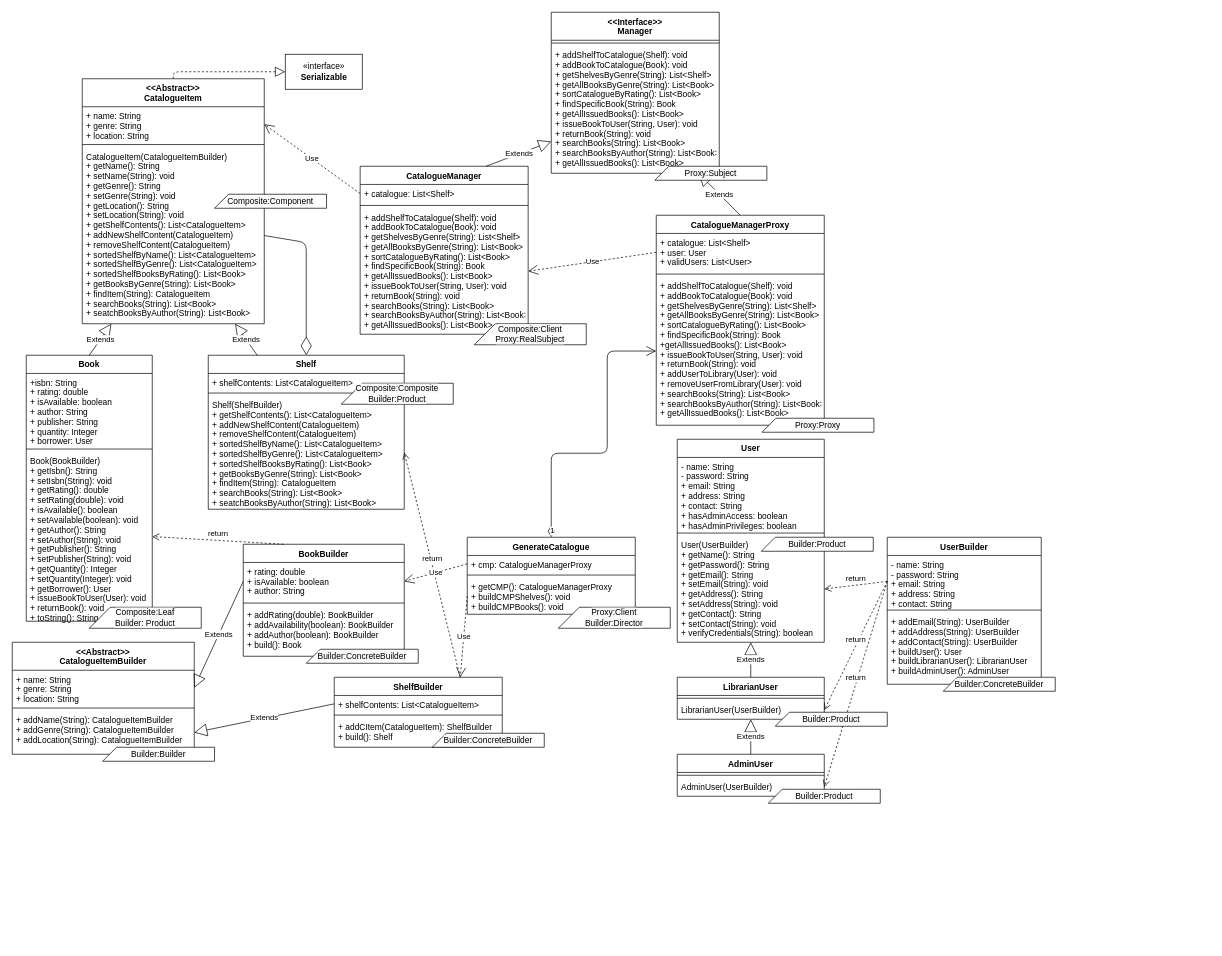
Above: page "Back-End Full" (1 of 5) of COEN359_Project.drawio in arishhaque/library-management (draw.io), before the change. Source tidied: cells renumbered, new cells numbered last; positions are measured from the earlier drawing's top-left corner, leaving out a move shared by most shapes. Both pictures are drawn from the tidied source at 70%, with x=0, y=0 at pixel (12, 12).
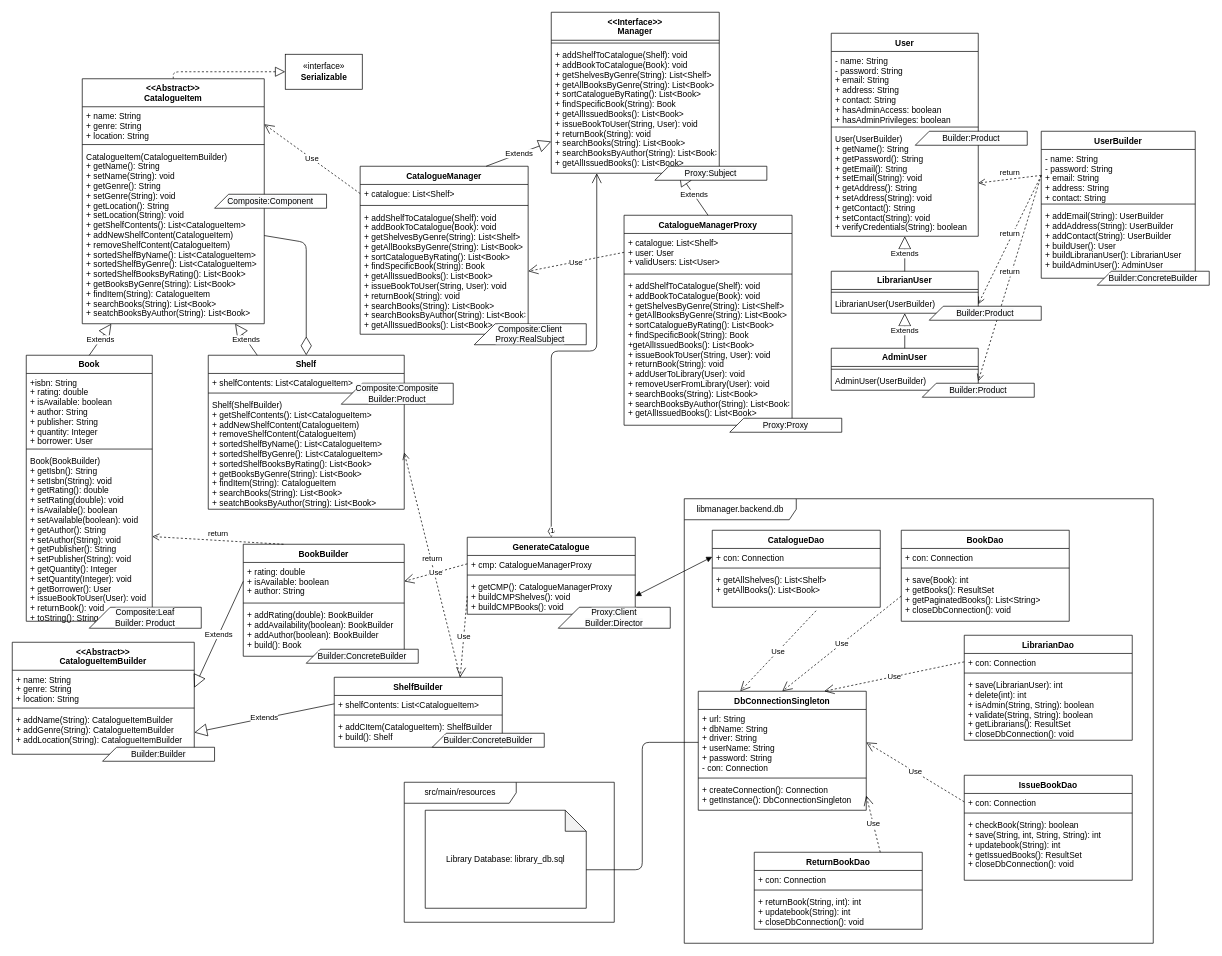
The same page after the edit.

The change refers to these unchanged cells:
```xml
<mxCell id="41" value="+ addShelfToCatalogue(Shelf): void&#10;+ addBookToCatalogue(Book): void&#10;+ getShelvesByGenre(String): List&lt;Shelf&gt;&#10;+ getAllBooksByGenre(String): List&lt;Book&gt;&#10;+ sortCatalogueByRating(): List&lt;Book&gt;&#10;+ findSpecificBook(String): Book&#10;+ getAllIssuedBooks(): List&lt;Book&gt;&#10;+ issueBookToUser(String, User): void&#10;+ returnBook(String): void&#10;+ searchBooks(String): List&lt;Book&gt;&#10;+ searchBooksByAuthor(String): List&lt;Book&gt;&#10;+ getAllIssuedBooks(): List&lt;Book&gt;" style="text;strokeColor=none;fillColor=none;align=left;verticalAlign=top;spacingLeft=4;spacingRight=4;overflow=hidden;points=[[0,0.5],[1,0.5]];portConstraint=eastwest;" parent="39" vertex="1">
  <mxGeometry y="48" width="240" height="182" as="geometry" />
</mxCell>
<mxCell id="49" value="+ addShelfToCatalogue(Shelf): void&#10;+ addBookToCatalogue(Book): void&#10;+ getShelvesByGenre(String): List&lt;Shelf&gt;&#10;+ getAllBooksByGenre(String): List&lt;Book&gt;&#10;+ sortCatalogueByRating(): List&lt;Book&gt;&#10;+ findSpecificBook(String): Book&#10;+getAllIssuedBooks(): List&lt;Book&gt;&#10;+ issueBookToUser(String, User): void&#10;+ returnBook(String): void&#10;+ addUserToLibrary(User): void&#10;+ removeUserFromLibrary(User): void&#10;+ searchBooks(String): List&lt;Book&gt;&#10;+ searchBooksByAuthor(String): List&lt;Book&gt;&#10;+ getAllIssuedBooks(): List&lt;Book&gt;" style="text;strokeColor=none;fillColor=none;align=left;verticalAlign=top;spacingLeft=4;spacingRight=4;overflow=hidden;points=[[0,0.5],[1,0.5]];portConstraint=eastwest;" parent="46" vertex="1">
  <mxGeometry y="88" width="240" height="212" as="geometry" />
</mxCell>
<mxCell id="82" value="GenerateCatalogue" style="swimlane;fontStyle=1;align=center;verticalAlign=top;horizontal=1;startSize=26;" parent="1" vertex="1">
  <mxGeometry x="650" y="750" width="240" height="110" as="geometry" />
</mxCell>
<mxCell id="85" value="+ getCMP(): CatalogueManagerProxy&#10;+ buildCMPShelves(): void&#10;+ buildCMPBooks(): void" style="text;strokeColor=none;fillColor=none;align=left;verticalAlign=top;spacingLeft=4;spacingRight=4;overflow=hidden;points=[[0,0.5],[1,0.5]];portConstraint=eastwest;" parent="82" vertex="1">
  <mxGeometry y="58" width="240" height="52" as="geometry" />
</mxCell>
```

What changed in the source:
```diff
@@
+    <mxCell id="90" value="src/main/resources" style="shape=umlFrame;whiteSpace=wrap;html=1;width=160;height=30;" parent="1" vertex="1">
+      <mxGeometry x="560" y="1100" width="300" height="200" as="geometry" />
+    </mxCell>
@@
     <mxCell id="46" value="CatalogueManagerProxy" style="swimlane;fontStyle=1;align=center;verticalAlign=top;horizontal=1;startSize=26;" parent="1" vertex="1">
-      <mxGeometry x="920" y="290" width="240" height="300" as="geometry" />
+      <mxGeometry x="874" y="290" width="240" height="300" as="geometry" />
     </mxCell>
@@
     <mxCell id="54" value="&lt;span style=&quot;color: rgb(0 , 0 , 0) ; font-family: &amp;#34;helvetica&amp;#34; ; font-size: 12px ; font-style: normal ; font-weight: 400 ; letter-spacing: normal ; text-align: center ; text-indent: 0px ; text-transform: none ; word-spacing: 0px ; background-color: rgb(248 , 249 , 250) ; display: inline ; float: none&quot;&gt;Proxy:Proxy&lt;/span&gt;" style="shape=card;whiteSpace=wrap;html=1;" parent="1" vertex="1">
-      <mxGeometry x="1071" y="580" width="160" height="20" as="geometry" />
+      <mxGeometry x="1025" y="580" width="160" height="20" as="geometry" />
     </mxCell>
@@
     <mxCell id="59" value="User" style="swimlane;fontStyle=1;align=center;verticalAlign=top;horizontal=1;startSize=26;" parent="1" vertex="1">
-      <mxGeometry x="950" y="610" width="210" height="290" as="geometry" />
+      <mxGeometry x="1170" y="30" width="210" height="290" as="geometry" />
     </mxCell>
@@
     <mxCell id="63" value="LibrarianUser" style="swimlane;fontStyle=1;align=center;verticalAlign=top;horizontal=1;startSize=26;" parent="1" vertex="1">
-      <mxGeometry x="950" y="950" width="210" height="60" as="geometry" />
+      <mxGeometry x="1170" y="370" width="210" height="60" as="geometry" />
     </mxCell>
@@
     <mxCell id="66" value="AdminUser" style="swimlane;fontStyle=1;align=center;verticalAlign=top;horizontal=1;startSize=26;" parent="1" vertex="1">
-      <mxGeometry x="950" y="1060" width="210" height="60" as="geometry" />
+      <mxGeometry x="1170" y="480" width="210" height="60" as="geometry" />
     </mxCell>
@@
     <mxCell id="71" value="UserBuilder" style="swimlane;fontStyle=1;align=center;verticalAlign=top;horizontal=1;startSize=26;" parent="1" vertex="1">
-      <mxGeometry x="1250" y="750" width="220" height="210" as="geometry" />
+      <mxGeometry x="1470" y="170" width="220" height="210" as="geometry" />
     </mxCell>
@@
     <mxCell id="76" value="&lt;span style=&quot;color: rgb(0 , 0 , 0) ; font-family: &amp;#34;helvetica&amp;#34; ; font-size: 12px ; font-style: normal ; font-weight: 400 ; letter-spacing: normal ; text-align: center ; text-indent: 0px ; text-transform: none ; word-spacing: 0px ; background-color: rgb(248 , 249 , 250) ; display: inline ; float: none&quot;&gt;Builder:Product&lt;/span&gt;" style="shape=card;whiteSpace=wrap;html=1;" parent="1" vertex="1">
-      <mxGeometry x="1070" y="750" width="160" height="20" as="geometry" />
+      <mxGeometry x="1290" y="170" width="160" height="20" as="geometry" />
     </mxCell>
     <mxCell id="77" value="&lt;span style=&quot;color: rgb(0 , 0 , 0) ; font-family: &amp;#34;helvetica&amp;#34; ; font-size: 12px ; font-style: normal ; font-weight: 400 ; letter-spacing: normal ; text-align: center ; text-indent: 0px ; text-transform: none ; word-spacing: 0px ; background-color: rgb(248 , 249 , 250) ; display: inline ; float: none&quot;&gt;Builder:ConcreteBuilder&lt;/span&gt;" style="shape=card;whiteSpace=wrap;html=1;" parent="1" vertex="1">
-      <mxGeometry x="1330" y="950" width="160" height="20" as="geometry" />
+      <mxGeometry x="1550" y="370" width="160" height="20" as="geometry" />
     </mxCell>
     <mxCell id="78" value="&lt;span style=&quot;color: rgb(0 , 0 , 0) ; font-family: &amp;#34;helvetica&amp;#34; ; font-size: 12px ; font-style: normal ; font-weight: 400 ; letter-spacing: normal ; text-align: center ; text-indent: 0px ; text-transform: none ; word-spacing: 0px ; background-color: rgb(248 , 249 , 250) ; display: inline ; float: none&quot;&gt;Builder:Product&lt;/span&gt;" style="shape=card;whiteSpace=wrap;html=1;" parent="1" vertex="1">
-      <mxGeometry x="1080" y="1110" width="160" height="20" as="geometry" />
+      <mxGeometry x="1300" y="530" width="160" height="20" as="geometry" />
     </mxCell>
@@
     <mxCell id="81" value="&lt;span style=&quot;color: rgb(0 , 0 , 0) ; font-family: &amp;#34;helvetica&amp;#34; ; font-size: 12px ; font-style: normal ; font-weight: 400 ; letter-spacing: normal ; text-align: center ; text-indent: 0px ; text-transform: none ; word-spacing: 0px ; background-color: rgb(248 , 249 , 250) ; display: inline ; float: none&quot;&gt;Builder:Product&lt;/span&gt;" style="shape=card;whiteSpace=wrap;html=1;" parent="1" vertex="1">
-      <mxGeometry x="1090" y="1000" width="160" height="20" as="geometry" />
+      <mxGeometry x="1310" y="420" width="160" height="20" as="geometry" />
     </mxCell>
@@
-    <mxCell id="88" value="1" style="endArrow=open;html=1;endSize=12;startArrow=diamondThin;startSize=14;startFill=0;edgeStyle=orthogonalEdgeStyle;align=left;verticalAlign=bottom;exitX=0.5;exitY=0;exitDx=0;exitDy=0;entryX=0;entryY=0.5;entryDx=0;entryDy=0;" parent="1" edge="1" source="82" target="49">
+    <mxCell id="88" value="1" style="endArrow=open;html=1;endSize=12;startArrow=diamondThin;startSize=14;startFill=0;edgeStyle=orthogonalEdgeStyle;align=left;verticalAlign=bottom;exitX=0.5;exitY=0;exitDx=0;exitDy=0;" parent="1" edge="1" source="82" target="41">
       <mxGeometry x="-1" y="3" relative="1" as="geometry">
         <Array as="points">
-          <mxPoint x="770" y="630" />
-          <mxPoint x="850" y="630" />
-          <mxPoint x="850" y="484" />
+          <mxPoint x="770" y="484" />
+          <mxPoint x="835" y="484" />
         </Array>
       </mxGeometry>
     </mxCell>
@@
+    <mxCell id="91" value="CatalogueDao" style="swimlane;fontStyle=1;align=center;verticalAlign=top;horizontal=1;startSize=26;" parent="1" vertex="1">
+      <mxGeometry x="1000" y="740" width="240" height="110" as="geometry" />
+    </mxCell>
+    <mxCell id="92" value="+ con: Connection" style="text;strokeColor=none;fillColor=none;align=left;verticalAlign=top;spacingLeft=4;spacingRight=4;overflow=hidden;points=[[0,0.5],[1,0.5]];portConstraint=eastwest;" parent="91" vertex="1">
+      <mxGeometry y="26" width="240" height="24" as="geometry" />
+    </mxCell>
+    <mxCell id="93" style="line;strokeWidth=1;fillColor=none;align=left;verticalAlign=middle;spacingTop=-1;spacingLeft=3;spacingRight=3;labelPosition=right;" parent="91" vertex="1">
+      <mxGeometry y="50" width="240" height="8" as="geometry" />
+    </mxCell>
+    <mxCell id="94" value="+ getAllShelves(): List&lt;Shelf&gt;&#10;+ getAllBooks(): List&lt;Book&gt;" style="text;strokeColor=none;fillColor=none;align=left;verticalAlign=top;spacingLeft=4;spacingRight=4;overflow=hidden;points=[[0,0.5],[1,0.5]];portConstraint=eastwest;" parent="91" vertex="1">
+      <mxGeometry y="58" width="240" height="52" as="geometry" />
+    </mxCell>
+    <mxCell id="95" style="endArrow=block;startArrow=block;endFill=1;startFill=1;html=1;exitX=1;exitY=0.5;exitDx=0;exitDy=0;entryX=0;entryY=0.5;entryDx=0;entryDy=0;" parent="1" edge="1" source="85" target="92">
+      <mxGeometry relative="1" as="geometry" />
+    </mxCell>
+    <mxCell id="96" value="DbConnectionSingleton" style="swimlane;fontStyle=1;align=center;verticalAlign=top;horizontal=1;startSize=26;" parent="1" vertex="1">
+      <mxGeometry x="980" y="970" width="240" height="170" as="geometry" />
+    </mxCell>
+    <mxCell id="97" value="+ url: String&#10;+ dbName: String&#10;+ driver: String&#10;+ userName: String&#10;+ password: String&#10;- con: Connection" style="text;strokeColor=none;fillColor=none;align=left;verticalAlign=top;spacingLeft=4;spacingRight=4;overflow=hidden;points=[[0,0.5],[1,0.5]];portConstraint=eastwest;" parent="96" vertex="1">
+      <mxGeometry y="26" width="240" height="94" as="geometry" />
+    </mxCell>
+    <mxCell id="98" style="line;strokeWidth=1;fillColor=none;align=left;verticalAlign=middle;spacingTop=-1;spacingLeft=3;spacingRight=3;labelPosition=right;" parent="96" vertex="1">
+      <mxGeometry y="120" width="240" height="8" as="geometry" />
+    </mxCell>
+    <mxCell id="99" value="+ createConnection(): Connection&#10;+ getInstance(): DbConnectionSingleton" style="text;strokeColor=none;fillColor=none;align=left;verticalAlign=top;spacingLeft=4;spacingRight=4;overflow=hidden;points=[[0,0.5],[1,0.5]];portConstraint=eastwest;" parent="96" vertex="1">
+      <mxGeometry y="128" width="240" height="42" as="geometry" />
+    </mxCell>
+    <mxCell id="100" value="Use" style="endArrow=open;endSize=12;dashed=1;html=1;exitX=0.618;exitY=1.096;exitDx=0;exitDy=0;exitPerimeter=0;entryX=0.25;entryY=0;entryDx=0;entryDy=0;" parent="1" edge="1" source="94" target="96">
+      <mxGeometry relative="1" as="geometry" />
+    </mxCell>
+    <mxCell id="101" value="BookDao" style="swimlane;fontStyle=1;align=center;verticalAlign=top;horizontal=1;startSize=26;" parent="1" vertex="1">
+      <mxGeometry x="1270" y="740" width="240" height="130" as="geometry" />
+    </mxCell>
+    <mxCell id="102" value="+ con: Connection" style="text;strokeColor=none;fillColor=none;align=left;verticalAlign=top;spacingLeft=4;spacingRight=4;overflow=hidden;" parent="101" vertex="1">
+      <mxGeometry y="26" width="240" height="24" as="geometry" />
+    </mxCell>
+    <mxCell id="103" style="line;strokeWidth=1;fillColor=none;align=left;verticalAlign=middle;spacingTop=-1;spacingLeft=3;spacingRight=3;labelPosition=right;" parent="101" vertex="1">
+      <mxGeometry y="50" width="240" height="8" as="geometry" />
+    </mxCell>
+    <mxCell id="104" value="+ save(Book): int&#10;+ getBooks(): ResultSet&#10;+ getPaginatedBooks(): List&lt;String&gt;&#10;+ closeDbConnection(): void" style="text;strokeColor=none;fillColor=none;align=left;verticalAlign=top;spacingLeft=4;spacingRight=4;overflow=hidden;points=[[0,0.5],[1,0.5]];portConstraint=eastwest;" parent="101" vertex="1">
+      <mxGeometry y="58" width="240" height="72" as="geometry" />
+    </mxCell>
+    <mxCell id="105" value="Use" style="endArrow=open;endSize=12;dashed=1;html=1;entryX=0.5;entryY=0;entryDx=0;entryDy=0;exitX=0;exitY=0.5;exitDx=0;exitDy=0;" parent="1" edge="1" source="104" target="96">
+      <mxGeometry relative="1" as="geometry" />
+    </mxCell>
+    <mxCell id="106" value="LibrarianDao" style="swimlane;fontStyle=1;align=center;verticalAlign=top;horizontal=1;startSize=26;" parent="1" vertex="1">
+      <mxGeometry x="1360" y="890" width="240" height="150" as="geometry" />
+    </mxCell>
+    <mxCell id="107" value="+ con: Connection" style="text;strokeColor=none;fillColor=none;align=left;verticalAlign=top;spacingLeft=4;spacingRight=4;overflow=hidden;points=[[0,0.5],[1,0.5]];portConstraint=eastwest;" parent="106" vertex="1">
+      <mxGeometry y="26" width="240" height="24" as="geometry" />
+    </mxCell>
+    <mxCell id="108" style="line;strokeWidth=1;fillColor=none;align=left;verticalAlign=middle;spacingTop=-1;spacingLeft=3;spacingRight=3;labelPosition=right;" parent="106" vertex="1">
+      <mxGeometry y="50" width="240" height="8" as="geometry" />
+    </mxCell>
+    <mxCell id="109" value="+ save(LibrarianUser): int&#10;+ delete(int): int&#10;+ isAdmin(String, String): boolean&#10;+ validate(String, String): boolean&#10;+ getLibrarians(): ResultSet&#10;+ closeDbConnection(): void" style="text;strokeColor=none;fillColor=none;align=left;verticalAlign=top;spacingLeft=4;spacingRight=4;overflow=hidden;" parent="106" vertex="1">
+      <mxGeometry y="58" width="240" height="92" as="geometry" />
+    </mxCell>
+    <mxCell id="110" value="IssueBookDao" style="swimlane;fontStyle=1;align=center;verticalAlign=top;horizontal=1;startSize=26;" parent="1" vertex="1">
+      <mxGeometry x="1360" y="1090" width="240" height="150" as="geometry" />
+    </mxCell>
+    <mxCell id="111" value="+ con: Connection" style="text;strokeColor=none;fillColor=none;align=left;verticalAlign=top;spacingLeft=4;spacingRight=4;overflow=hidden;points=[[0,0.5],[1,0.5]];portConstraint=eastwest;" parent="110" vertex="1">
+      <mxGeometry y="26" width="240" height="24" as="geometry" />
+    </mxCell>
+    <mxCell id="112" style="line;strokeWidth=1;fillColor=none;align=left;verticalAlign=middle;spacingTop=-1;spacingLeft=3;spacingRight=3;labelPosition=right;" parent="110" vertex="1">
+      <mxGeometry y="50" width="240" height="8" as="geometry" />
+    </mxCell>
+    <mxCell id="113" value="+ checkBook(String): boolean&#10;+ save(String, int, String, String): int&#10;+ updatebook(String): int&#10;+ getIssuedBooks(): ResultSet&#10;+ closeDbConnection(): void" style="text;strokeColor=none;fillColor=none;align=left;verticalAlign=top;spacingLeft=4;spacingRight=4;overflow=hidden;" parent="110" vertex="1">
+      <mxGeometry y="58" width="240" height="92" as="geometry" />
+    </mxCell>
+    <mxCell id="114" value="ReturnBookDao" style="swimlane;fontStyle=1;align=center;verticalAlign=top;horizontal=1;startSize=26;" parent="1" vertex="1">
+      <mxGeometry x="1060" y="1200" width="240" height="110" as="geometry" />
+    </mxCell>
+    <mxCell id="115" value="+ con: Connection" style="text;strokeColor=none;fillColor=none;align=left;verticalAlign=top;spacingLeft=4;spacingRight=4;overflow=hidden;" parent="114" vertex="1">
+      <mxGeometry y="26" width="240" height="24" as="geometry" />
+    </mxCell>
+    <mxCell id="116" style="line;strokeWidth=1;fillColor=none;align=left;verticalAlign=middle;spacingTop=-1;spacingLeft=3;spacingRight=3;labelPosition=right;" parent="114" vertex="1">
+      <mxGeometry y="50" width="240" height="8" as="geometry" />
+    </mxCell>
+    <mxCell id="117" value="+ returnBook(String, int): int&#10;+ updatebook(String): int&#10;+ closeDbConnection(): void" style="text;strokeColor=none;fillColor=none;align=left;verticalAlign=top;spacingLeft=4;spacingRight=4;overflow=hidden;" parent="114" vertex="1">
+      <mxGeometry y="58" width="240" height="52" as="geometry" />
+    </mxCell>
+    <mxCell id="118" value="Use" style="endArrow=open;endSize=12;dashed=1;html=1;exitX=0;exitY=0.5;exitDx=0;exitDy=0;entryX=0.75;entryY=0;entryDx=0;entryDy=0;" parent="1" edge="1" source="107" target="96">
+      <mxGeometry relative="1" as="geometry" />
+    </mxCell>
+    <mxCell id="119" value="Use" style="endArrow=open;endSize=12;dashed=1;html=1;entryX=1;entryY=0.5;entryDx=0;entryDy=0;exitX=0;exitY=0.5;exitDx=0;exitDy=0;" parent="1" edge="1" source="111" target="97">
+      <mxGeometry relative="1" as="geometry" />
+    </mxCell>
+    <mxCell id="120" value="Use" style="endArrow=open;endSize=12;dashed=1;html=1;entryX=1;entryY=0.5;entryDx=0;entryDy=0;exitX=0.75;exitY=0;exitDx=0;exitDy=0;" parent="1" edge="1" source="114" target="99">
+      <mxGeometry relative="1" as="geometry" />
+    </mxCell>
+    <mxCell id="121" value="Library Database: library_db.sql" style="shape=note;whiteSpace=wrap;html=1;backgroundOutline=1;darkOpacity=0.05;" parent="1" vertex="1">
+      <mxGeometry x="590" y="1140" width="230" height="140" as="geometry" />
+    </mxCell>
+    <mxCell id="122" style="endArrow=none;html=1;edgeStyle=orthogonalEdgeStyle;entryX=0;entryY=0.5;entryDx=0;entryDy=0;exitX=0;exitY=0;exitDx=230;exitDy=85;exitPerimeter=0;" parent="1" edge="1" source="121" target="97">
+      <mxGeometry relative="1" as="geometry" />
+    </mxCell>
+    <mxCell id="123" value="libmanager.backend.db" style="shape=umlFrame;whiteSpace=wrap;html=1;width=160;height=30;" parent="1" vertex="1">
+      <mxGeometry x="960" y="695" width="670" height="635" as="geometry" />
+    </mxCell>
```
